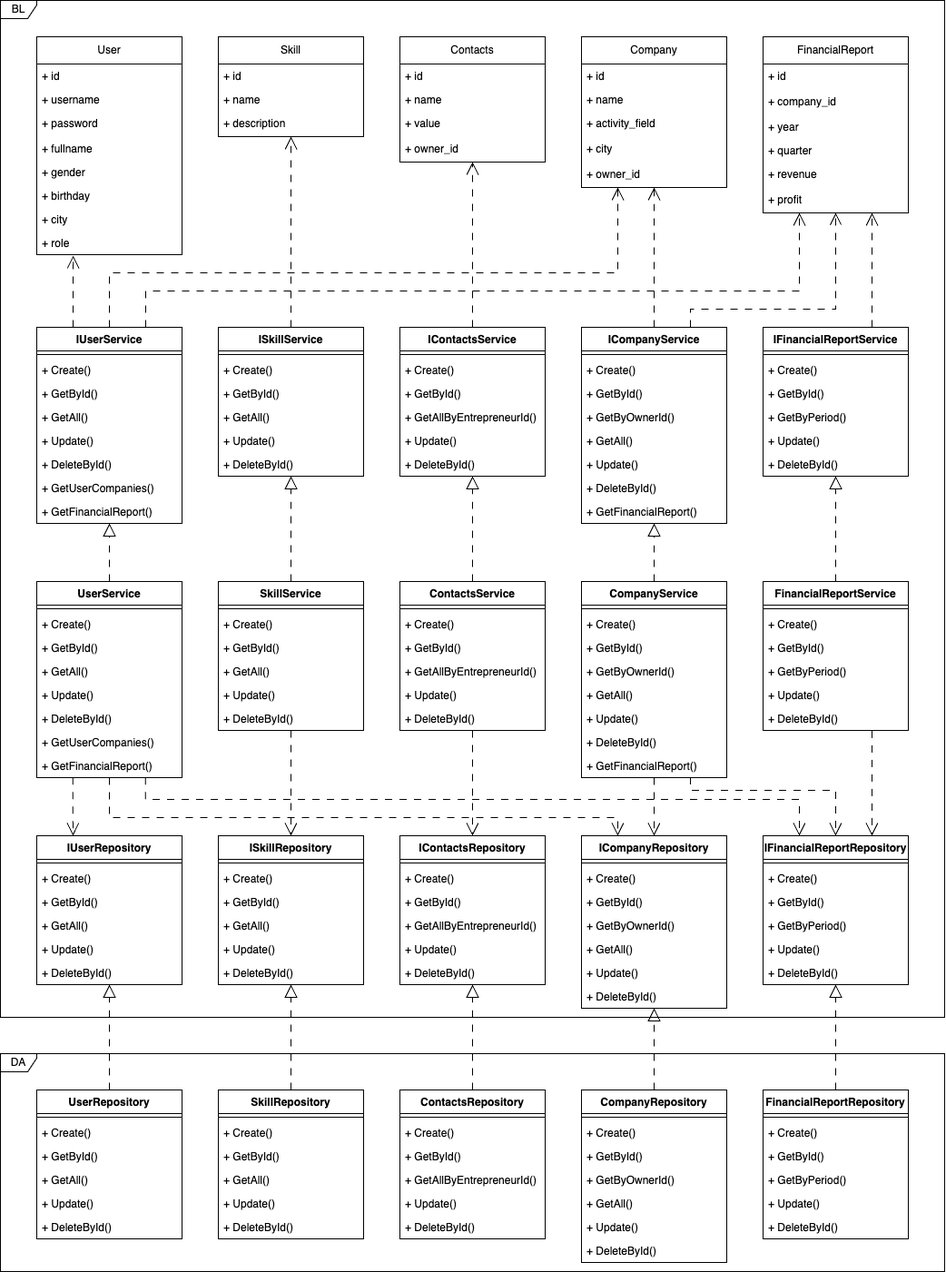
Earlier version of the draw.io export diagrams/uml.png (dlankinl/bmstu-ppo). Source tidied: cells renumbered, new cells last; positions are measured from the earlier drawing's top-left corner, leaving out a move shared by most shapes.
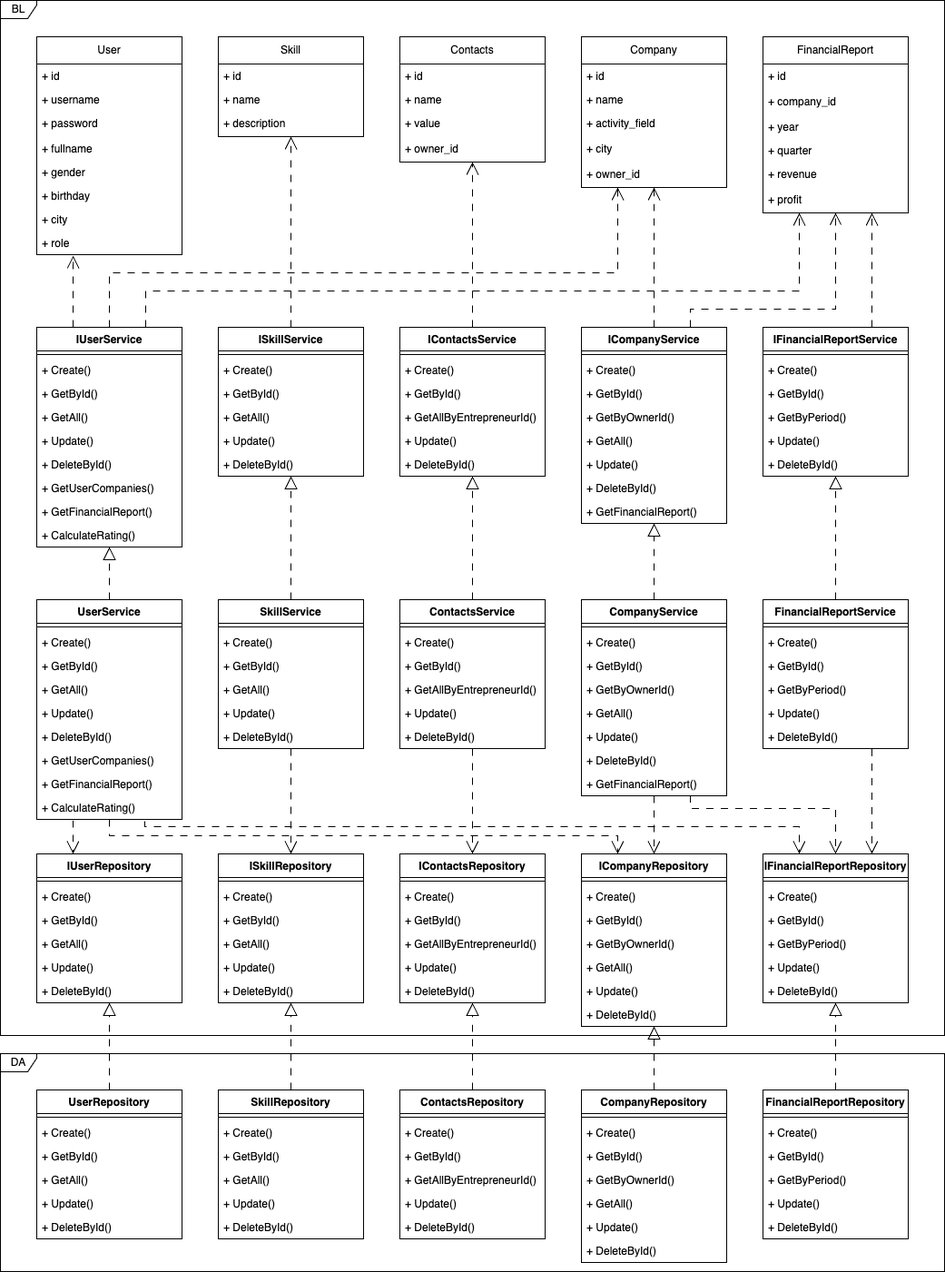
Above is the later version.

Change to the diagram source:
```diff
@@ -96,7 +96,7 @@
       <mxGeometry y="166" width="160" height="28" as="geometry" />
     </mxCell>
     <mxCell id="33" value="BL" style="shape=umlFrame;whiteSpace=wrap;html=1;width=40;height=20;" parent="1" vertex="1">
-      <mxGeometry width="1040" height="1120" as="geometry" />
+      <mxGeometry width="1040" height="1140" as="geometry" />
     </mxCell>
     <mxCell id="34" style="edgeStyle=orthogonalEdgeStyle;rounded=0;jettySize=auto;html=1;exitX=0.25;exitY=0;exitDx=0;exitDy=0;endSize=12;endArrow=open;endFill=0;dashed=1;dashPattern=8 8;entryX=0.251;entryY=1.038;entryDx=0;entryDy=0;entryPerimeter=0;" parent="1" edge="1" source="36" target="10">
       <mxGeometry relative="1" as="geometry" />
@@ -110,7 +110,7 @@
       </mxGeometry>
     </mxCell>
     <mxCell id="36" value="IUserService" style="swimlane;fontStyle=1;align=center;verticalAlign=top;horizontal=1;startSize=26;whiteSpace=wrap;html=1;" parent="1" vertex="1">
-      <mxGeometry x="40" y="360" width="160" height="216" as="geometry" />
+      <mxGeometry x="40" y="360" width="160" height="242" as="geometry" />
     </mxCell>
     <mxCell id="37" style="line;strokeWidth=1;fillColor=none;align=left;verticalAlign=middle;spacingTop=-1;spacingLeft=3;spacingRight=3;labelPosition=right;strokeColor=inherit;" parent="36" vertex="1">
       <mxGeometry y="26" width="160" height="8" as="geometry" />
@@ -136,6 +136,9 @@
     <mxCell id="44" value="+ GetFinancialReport()" style="text;strokeColor=none;fillColor=none;align=left;verticalAlign=top;spacingLeft=4;spacingRight=4;overflow=hidden;whiteSpace=wrap;html=1;" parent="36" vertex="1">
       <mxGeometry y="190" width="160" height="26" as="geometry" />
     </mxCell>
+    <mxCell id="211" value="+ CalculateRating()" style="text;strokeColor=none;fillColor=none;align=left;verticalAlign=top;spacingLeft=4;spacingRight=4;overflow=hidden;whiteSpace=wrap;html=1;" parent="36" vertex="1">
+      <mxGeometry y="216" width="160" height="26" as="geometry" />
+    </mxCell>
     <mxCell id="45" style="edgeStyle=orthogonalEdgeStyle;rounded=0;jettySize=auto;html=1;dashed=1;dashPattern=8 8;endArrow=open;endFill=0;endSize=12;startSize=6;targetPerimeterSpacing=0;strokeWidth=1;" parent="1" edge="1" source="46" target="11">
       <mxGeometry relative="1" as="geometry" />
     </mxCell>
@@ -260,24 +263,26 @@
     <mxCell id="82" style="edgeStyle=orthogonalEdgeStyle;rounded=0;jettySize=auto;html=1;dashed=1;dashPattern=8 8;endArrow=open;endFill=0;endSize=12;entryX=0.25;entryY=0;entryDx=0;entryDy=0;" parent="1" edge="1" source="85" target="154">
       <mxGeometry relative="1" as="geometry">
         <Array as="points">
-          <mxPoint x="120" y="900" />
-          <mxPoint x="680" y="900" />
+          <mxPoint x="120" y="920" />
+          <mxPoint x="680" y="920" />
         </Array>
       </mxGeometry>
     </mxCell>
-    <mxCell id="83" style="edgeStyle=orthogonalEdgeStyle;rounded=0;jettySize=auto;html=1;entryX=0.25;entryY=0;entryDx=0;entryDy=0;dashed=1;dashPattern=8 8;endArrow=open;endFill=0;endSize=12;exitX=0.749;exitY=0.988;exitDx=0;exitDy=0;exitPerimeter=0;" parent="1" edge="1" source="93" target="162">
+    <mxCell id="83" style="edgeStyle=orthogonalEdgeStyle;rounded=0;jettySize=auto;html=1;entryX=0.25;entryY=0;entryDx=0;entryDy=0;dashed=1;dashPattern=8 8;endArrow=open;endFill=0;endSize=12;exitX=0.744;exitY=1.077;exitDx=0;exitDy=0;exitPerimeter=0;" parent="1" edge="1" source="212" target="162">
       <mxGeometry relative="1" as="geometry">
         <Array as="points">
-          <mxPoint x="160" y="880" />
-          <mxPoint x="880" y="880" />
+          <mxPoint x="159" y="910" />
+          <mxPoint x="880" y="910" />
         </Array>
       </mxGeometry>
     </mxCell>
-    <mxCell id="84" style="edgeStyle=orthogonalEdgeStyle;rounded=0;jettySize=auto;html=1;entryX=0.25;entryY=0;entryDx=0;entryDy=0;exitX=0.248;exitY=0.99;exitDx=0;exitDy=0;exitPerimeter=0;dashed=1;dashPattern=8 8;endArrow=open;endFill=0;endSize=12;" parent="1" edge="1" source="93" target="133">
-      <mxGeometry relative="1" as="geometry" />
+    <mxCell id="84" style="edgeStyle=orthogonalEdgeStyle;rounded=0;jettySize=auto;html=1;entryX=0.25;entryY=0;entryDx=0;entryDy=0;dashed=1;dashPattern=8 8;endArrow=open;endFill=0;endSize=12;" parent="1" edge="1" target="133">
+      <mxGeometry relative="1" as="geometry">
+        <mxPoint x="80" y="903" as="sourcePoint" />
+      </mxGeometry>
     </mxCell>
     <mxCell id="85" value="UserService" style="swimlane;fontStyle=1;align=center;verticalAlign=top;horizontal=1;startSize=26;whiteSpace=wrap;html=1;" parent="1" vertex="1">
-      <mxGeometry x="40" y="640" width="160" height="216" as="geometry" />
+      <mxGeometry x="40" y="660" width="160" height="242" as="geometry" />
     </mxCell>
     <mxCell id="86" style="line;strokeWidth=1;fillColor=none;align=left;verticalAlign=middle;spacingTop=-1;spacingLeft=3;spacingRight=3;labelPosition=right;strokeColor=inherit;" parent="85" vertex="1">
       <mxGeometry y="26" width="160" height="8" as="geometry" />
@@ -303,6 +308,9 @@
     <mxCell id="93" value="+ GetFinancialReport()" style="text;strokeColor=none;fillColor=none;align=left;verticalAlign=top;spacingLeft=4;spacingRight=4;overflow=hidden;points=[[0,0.5],[1,0.5]];portConstraint=eastwest;whiteSpace=wrap;html=1;" parent="85" vertex="1">
       <mxGeometry y="190" width="160" height="26" as="geometry" />
     </mxCell>
+    <mxCell id="212" value="+ CalculateRating()" style="text;strokeColor=none;fillColor=none;align=left;verticalAlign=top;spacingLeft=4;spacingRight=4;overflow=hidden;points=[[0,0.5],[1,0.5]];portConstraint=eastwest;whiteSpace=wrap;html=1;" parent="85" vertex="1">
+      <mxGeometry y="216" width="160" height="26" as="geometry" />
+    </mxCell>
     <mxCell id="94" style="edgeStyle=orthogonalEdgeStyle;rounded=0;jettySize=auto;html=1;exitX=0.5;exitY=0;exitDx=0;exitDy=0;dashed=1;dashPattern=8 8;endArrow=block;endFill=0;endSize=12;" parent="1" edge="1" source="96" target="46">
       <mxGeometry relative="1" as="geometry" />
     </mxCell>
@@ -310,7 +318,7 @@
       <mxGeometry relative="1" as="geometry" />
     </mxCell>
     <mxCell id="96" value="SkillService" style="swimlane;fontStyle=1;align=center;verticalAlign=top;horizontal=1;startSize=26;whiteSpace=wrap;html=1;" parent="1" vertex="1">
-      <mxGeometry x="240" y="640" width="160" height="164" as="geometry" />
+      <mxGeometry x="240" y="660" width="160" height="164" as="geometry" />
     </mxCell>
     <mxCell id="97" style="line;strokeWidth=1;fillColor=none;align=left;verticalAlign=middle;spacingTop=-1;spacingLeft=3;spacingRight=3;labelPosition=right;strokeColor=inherit;" parent="96" vertex="1">
       <mxGeometry y="26" width="160" height="8" as="geometry" />
@@ -337,7 +345,7 @@
       <mxGeometry relative="1" as="geometry" />
     </mxCell>
     <mxCell id="105" value="ContactsService" style="swimlane;fontStyle=1;align=center;verticalAlign=top;horizontal=1;startSize=26;whiteSpace=wrap;html=1;" parent="1" vertex="1">
-      <mxGeometry x="440" y="640" width="160" height="164" as="geometry" />
+      <mxGeometry x="440" y="660" width="160" height="164" as="geometry" />
     </mxCell>
     <mxCell id="106" style="line;strokeWidth=1;fillColor=none;align=left;verticalAlign=middle;spacingTop=-1;spacingLeft=3;spacingRight=3;labelPosition=right;strokeColor=inherit;" parent="105" vertex="1">
       <mxGeometry y="26" width="160" height="8" as="geometry" />
@@ -366,13 +374,13 @@
     <mxCell id="114" style="edgeStyle=orthogonalEdgeStyle;rounded=0;jettySize=auto;html=1;dashed=1;dashPattern=8 8;endArrow=open;endFill=0;endSize=12;exitX=0.75;exitY=0.976;exitDx=0;exitDy=0;exitPerimeter=0;" parent="1" edge="1" source="123" target="162">
       <mxGeometry relative="1" as="geometry">
         <Array as="points">
-          <mxPoint x="760" y="870" />
-          <mxPoint x="920" y="870" />
+          <mxPoint x="760" y="890" />
+          <mxPoint x="920" y="890" />
         </Array>
       </mxGeometry>
     </mxCell>
     <mxCell id="115" value="CompanyService" style="swimlane;fontStyle=1;align=center;verticalAlign=top;horizontal=1;startSize=26;whiteSpace=wrap;html=1;" parent="1" vertex="1">
-      <mxGeometry x="640" y="640" width="160" height="216" as="geometry" />
+      <mxGeometry x="640" y="660" width="160" height="216" as="geometry" />
     </mxCell>
     <mxCell id="116" style="line;strokeWidth=1;fillColor=none;align=left;verticalAlign=middle;spacingTop=-1;spacingLeft=3;spacingRight=3;labelPosition=right;strokeColor=inherit;" parent="115" vertex="1">
       <mxGeometry y="26" width="160" height="8" as="geometry" />
@@ -405,7 +413,7 @@
       <mxGeometry relative="1" as="geometry" />
     </mxCell>
     <mxCell id="126" value="FinancialReportService" style="swimlane;fontStyle=1;align=center;verticalAlign=top;horizontal=1;startSize=26;whiteSpace=wrap;html=1;" parent="1" vertex="1">
-      <mxGeometry x="840" y="640" width="160" height="164" as="geometry" />
+      <mxGeometry x="840" y="660" width="160" height="164" as="geometry" />
     </mxCell>
     <mxCell id="127" style="line;strokeWidth=1;fillColor=none;align=left;verticalAlign=middle;spacingTop=-1;spacingLeft=3;spacingRight=3;labelPosition=right;strokeColor=inherit;" parent="126" vertex="1">
       <mxGeometry y="26" width="160" height="8" as="geometry" />
@@ -426,7 +434,7 @@
       <mxGeometry y="138" width="160" height="26" as="geometry" />
     </mxCell>
     <mxCell id="133" value="IUserRepository" style="swimlane;fontStyle=1;align=center;verticalAlign=top;horizontal=1;startSize=26;whiteSpace=wrap;html=1;" parent="1" vertex="1">
-      <mxGeometry x="40" y="920" width="160" height="164" as="geometry" />
+      <mxGeometry x="40" y="940" width="160" height="164" as="geometry" />
     </mxCell>
     <mxCell id="134" style="line;strokeWidth=1;fillColor=none;align=left;verticalAlign=middle;spacingTop=-1;spacingLeft=3;spacingRight=3;labelPosition=right;strokeColor=inherit;" parent="133" vertex="1">
       <mxGeometry y="26" width="160" height="8" as="geometry" />
@@ -447,7 +455,7 @@
       <mxGeometry y="138" width="160" height="26" as="geometry" />
     </mxCell>
     <mxCell id="140" value="ISkillRepository" style="swimlane;fontStyle=1;align=center;verticalAlign=top;horizontal=1;startSize=26;whiteSpace=wrap;html=1;" parent="1" vertex="1">
-      <mxGeometry x="240" y="920" width="160" height="164" as="geometry" />
+      <mxGeometry x="240" y="940" width="160" height="164" as="geometry" />
     </mxCell>
     <mxCell id="141" style="line;strokeWidth=1;fillColor=none;align=left;verticalAlign=middle;spacingTop=-1;spacingLeft=3;spacingRight=3;labelPosition=right;strokeColor=inherit;" parent="140" vertex="1">
       <mxGeometry y="26" width="160" height="8" as="geometry" />
@@ -468,7 +476,7 @@
       <mxGeometry y="138" width="160" height="26" as="geometry" />
     </mxCell>
     <mxCell id="147" value="IContactsRepository" style="swimlane;fontStyle=1;align=center;verticalAlign=top;horizontal=1;startSize=26;whiteSpace=wrap;html=1;" parent="1" vertex="1">
-      <mxGeometry x="440" y="920" width="160" height="164" as="geometry" />
+      <mxGeometry x="440" y="940" width="160" height="164" as="geometry" />
     </mxCell>
     <mxCell id="148" style="line;strokeWidth=1;fillColor=none;align=left;verticalAlign=middle;spacingTop=-1;spacingLeft=3;spacingRight=3;labelPosition=right;strokeColor=inherit;" parent="147" vertex="1">
       <mxGeometry y="26" width="160" height="8" as="geometry" />
@@ -489,7 +497,7 @@
       <mxGeometry y="138" width="160" height="26" as="geometry" />
     </mxCell>
     <mxCell id="154" value="ICompanyRepository" style="swimlane;fontStyle=1;align=center;verticalAlign=top;horizontal=1;startSize=26;whiteSpace=wrap;html=1;" parent="1" vertex="1">
-      <mxGeometry x="640" y="920" width="160" height="190" as="geometry" />
+      <mxGeometry x="640" y="940" width="160" height="190" as="geometry" />
     </mxCell>
     <mxCell id="155" style="line;strokeWidth=1;fillColor=none;align=left;verticalAlign=middle;spacingTop=-1;spacingLeft=3;spacingRight=3;labelPosition=right;strokeColor=inherit;" parent="154" vertex="1">
       <mxGeometry y="26" width="160" height="8" as="geometry" />
@@ -513,7 +521,7 @@
       <mxGeometry y="164" width="160" height="26" as="geometry" />
     </mxCell>
     <mxCell id="162" value="IFinancialReportRepository" style="swimlane;fontStyle=1;align=center;verticalAlign=top;horizontal=1;startSize=26;whiteSpace=wrap;html=1;" parent="1" vertex="1">
-      <mxGeometry x="840" y="920" width="160" height="164" as="geometry" />
+      <mxGeometry x="840" y="940" width="160" height="164" as="geometry" />
     </mxCell>
     <mxCell id="163" style="line;strokeWidth=1;fillColor=none;align=left;verticalAlign=middle;spacingTop=-1;spacingLeft=3;spacingRight=3;labelPosition=right;strokeColor=inherit;" parent="162" vertex="1">
       <mxGeometry y="26" width="160" height="8" as="geometry" />
```
